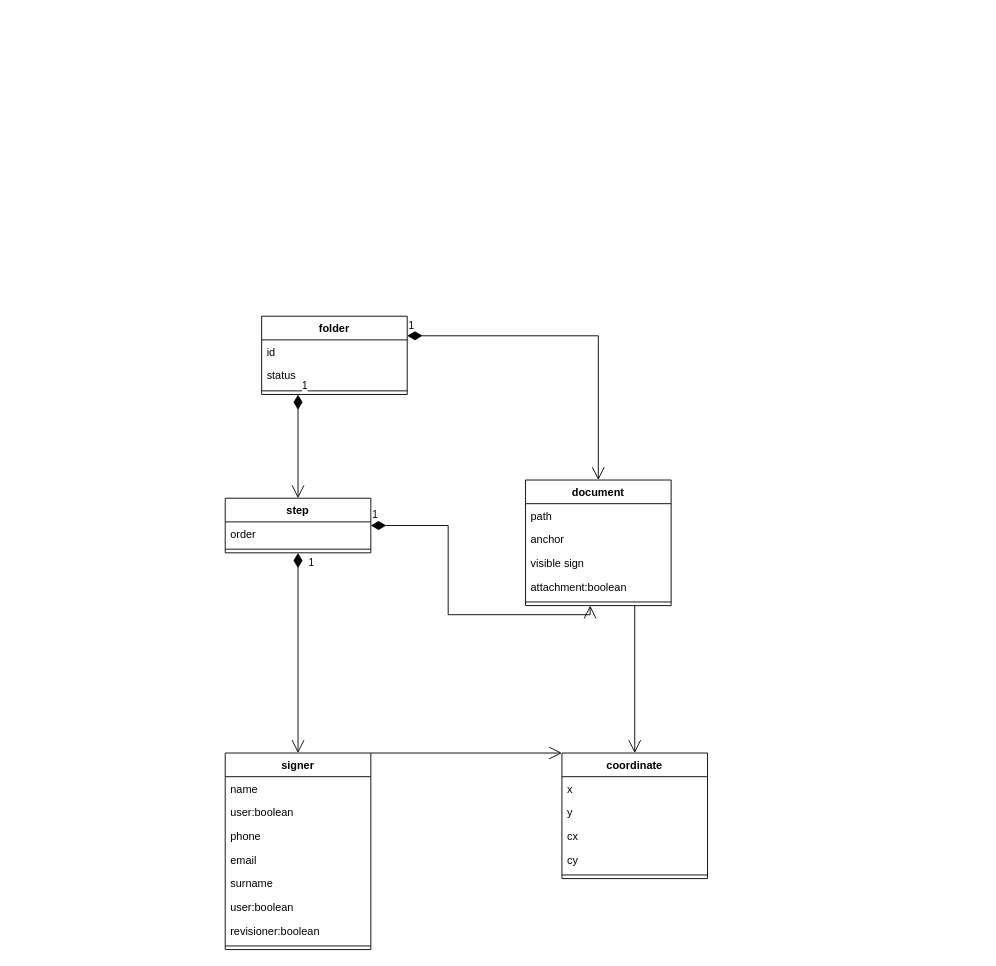
Before: page "model_implementation" (3 of 3) of Class_diagram.drawio in carnivuth/digitalsignIntegrationdoc, a draw.io diagram. Source tidied: cells renumbered, new cells numbered last; positions are measured from the earlier drawing's top-left corner, leaving out a move shared by most shapes. Both pictures are drawn from the tidied source at 91%, with x=0, y=0 at pixel (225, 316).
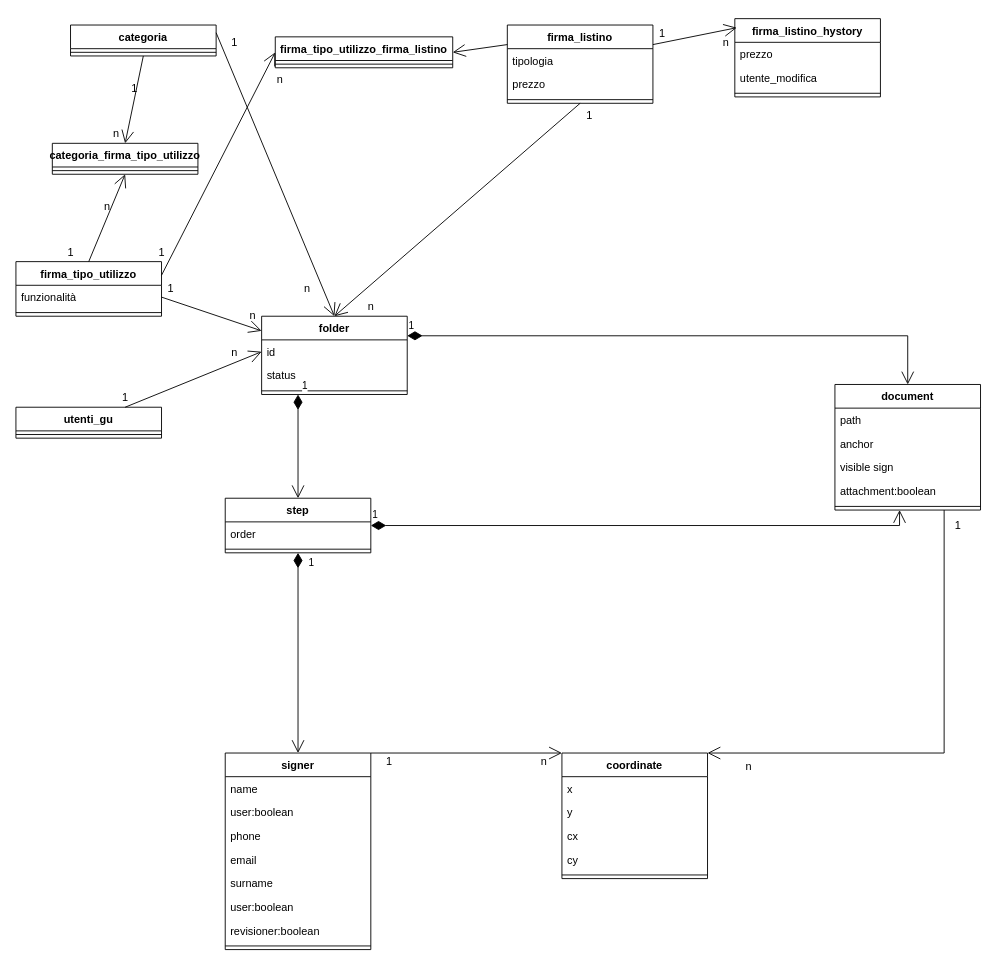
The same diagram, later.

Commit message:
added purchase classes

The change refers to these unchanged cells:
```xml
<mxCell id="2" value="folder" style="swimlane;fontStyle=1;align=center;verticalAlign=top;horizontal=1;startSize=26;" parent="1" vertex="1">
  <mxGeometry x="40" width="160" height="86" as="geometry" />
</mxCell>
<mxCell id="3" value="id" style="text;strokeColor=none;fillColor=none;align=left;verticalAlign=top;spacingLeft=4;spacingRight=4;overflow=hidden;points=[[0,0.5],[1,0.5]];portConstraint=eastwest;" parent="2" vertex="1">
  <mxGeometry y="26" width="160" height="26" as="geometry" />
</mxCell>
<mxCell id="11" style="line;strokeWidth=1;fillColor=none;align=left;verticalAlign=middle;spacingTop=-1;spacingLeft=3;spacingRight=3;labelPosition=right;points=[];portConstraint=eastwest;strokeColor=inherit;" parent="6" vertex="1">
  <mxGeometry y="130" width="160" height="8" as="geometry" />
</mxCell>
<mxCell id="21" value="step" style="swimlane;fontStyle=1;align=center;verticalAlign=top;horizontal=1;startSize=26;" parent="1" vertex="1">
  <mxGeometry y="200" width="160" height="60" as="geometry" />
</mxCell>
<mxCell id="24" value="coordinate" style="swimlane;fontStyle=1;align=center;verticalAlign=top;horizontal=1;startSize=26;" parent="1" vertex="1">
  <mxGeometry x="370" y="480" width="160" height="138" as="geometry" />
</mxCell>
```

Diff of the diagram source:
```diff
@@
     <mxCell id="6" value="document" style="swimlane;fontStyle=1;align=center;verticalAlign=top;horizontal=1;startSize=26;" parent="1" vertex="1">
-      <mxGeometry x="330" y="180" width="160" height="138" as="geometry" />
+      <mxGeometry x="670" y="75" width="160" height="138" as="geometry" />
     </mxCell>
@@
     <mxCell id="32" value="1" style="endArrow=open;html=1;endSize=12;startArrow=diamondThin;startSize=14;startFill=1;edgeStyle=orthogonalEdgeStyle;align=left;verticalAlign=bottom;rounded=0;exitX=1;exitY=0.5;exitDx=0;exitDy=0;entryX=0.444;entryY=1;entryDx=0;entryDy=0;entryPerimeter=0;" parent="1" edge="1" source="21" target="11">
-      <mxGeometry x="-1" y="3" relative="1" as="geometry" />
+      <mxGeometry x="-1" y="3" relative="1" as="geometry">
+        <Array as="points">
+          <mxPoint x="741" y="230" />
+        </Array>
+      </mxGeometry>
     </mxCell>
@@
-    <mxCell id="35" style="endArrow=open;endFill=1;endSize=12;html=1;rounded=0;exitX=0.75;exitY=1;exitDx=0;exitDy=0;entryX=0.5;entryY=0;entryDx=0;entryDy=0;" parent="1" edge="1" source="6" target="24">
-      <mxGeometry relative="1" as="geometry" />
+    <mxCell id="35" style="endArrow=open;endFill=1;endSize=12;html=1;rounded=0;exitX=0.75;exitY=1;exitDx=0;exitDy=0;entryX=1;entryY=0;entryDx=0;entryDy=0;" parent="1" edge="1" source="6" target="24">
+      <mxGeometry relative="1" as="geometry">
+        <Array as="points">
+          <mxPoint x="790" y="480" />
+        </Array>
+      </mxGeometry>
     </mxCell>
+    <mxCell id="36" value="firma_listino_hystory" style="swimlane;fontStyle=1;align=center;verticalAlign=top;horizontal=1;startSize=26;" parent="1" vertex="1">
+      <mxGeometry x="560" y="-327" width="160" height="86" as="geometry" />
+    </mxCell>
+    <mxCell id="37" value="prezzo" style="text;strokeColor=none;fillColor=none;align=left;verticalAlign=top;spacingLeft=4;spacingRight=4;overflow=hidden;" parent="36" vertex="1">
+      <mxGeometry y="26" width="160" height="26" as="geometry" />
+    </mxCell>
+    <mxCell id="38" value="utente_modifica" style="text;strokeColor=none;fillColor=none;align=left;verticalAlign=top;spacingLeft=4;spacingRight=4;overflow=hidden;" parent="36" vertex="1">
+      <mxGeometry y="52" width="160" height="26" as="geometry" />
+    </mxCell>
+    <mxCell id="39" style="line;strokeWidth=1;fillColor=none;align=left;verticalAlign=middle;spacingTop=-1;spacingLeft=3;spacingRight=3;labelPosition=right;strokeColor=inherit;" parent="36" vertex="1">
+      <mxGeometry y="78" width="160" height="8" as="geometry" />
+    </mxCell>
+    <mxCell id="40" value="firma_listino" style="swimlane;fontStyle=1;align=center;verticalAlign=top;horizontal=1;startSize=26;" parent="1" vertex="1">
+      <mxGeometry x="310" y="-320" width="160" height="86" as="geometry" />
+    </mxCell>
+    <mxCell id="41" value="tipologia&#10;" style="text;strokeColor=none;fillColor=none;align=left;verticalAlign=top;spacingLeft=4;spacingRight=4;overflow=hidden;" parent="40" vertex="1">
+      <mxGeometry y="26" width="160" height="26" as="geometry" />
+    </mxCell>
+    <mxCell id="42" value="prezzo" style="text;strokeColor=none;fillColor=none;align=left;verticalAlign=top;spacingLeft=4;spacingRight=4;overflow=hidden;" parent="40" vertex="1">
+      <mxGeometry y="52" width="160" height="26" as="geometry" />
+    </mxCell>
+    <mxCell id="43" style="line;strokeWidth=1;fillColor=none;align=left;verticalAlign=middle;spacingTop=-1;spacingLeft=3;spacingRight=3;labelPosition=right;strokeColor=inherit;" parent="40" vertex="1">
+      <mxGeometry y="78" width="160" height="8" as="geometry" />
+    </mxCell>
+    <mxCell id="44" value="firma_tipo_utilizzo" style="swimlane;fontStyle=1;align=center;verticalAlign=top;horizontal=1;startSize=26;" parent="1" vertex="1">
+      <mxGeometry x="-230" y="-60" width="160" height="60" as="geometry" />
+    </mxCell>
+    <mxCell id="45" value="funzionalità" style="text;strokeColor=none;fillColor=none;align=left;verticalAlign=top;spacingLeft=4;spacingRight=4;overflow=hidden;points=[[0,0.5],[1,0.5]];portConstraint=eastwest;" parent="44" vertex="1">
+      <mxGeometry y="26" width="160" height="26" as="geometry" />
+    </mxCell>
+    <mxCell id="46" style="line;strokeWidth=1;fillColor=none;align=left;verticalAlign=middle;spacingTop=-1;spacingLeft=3;spacingRight=3;labelPosition=right;strokeColor=inherit;" parent="44" vertex="1">
+      <mxGeometry y="52" width="160" height="8" as="geometry" />
+    </mxCell>
+    <mxCell id="47" value="firma_tipo_utilizzo_firma_listino" style="swimlane;fontStyle=1;align=center;verticalAlign=top;horizontal=1;startSize=26;" parent="1" vertex="1">
+      <mxGeometry x="55" y="-307" width="195" height="34" as="geometry" />
+    </mxCell>
+    <mxCell id="48" style="line;strokeWidth=1;fillColor=none;align=left;verticalAlign=middle;spacingTop=-1;spacingLeft=3;spacingRight=3;labelPosition=right;strokeColor=inherit;" parent="47" vertex="1">
+      <mxGeometry y="26" width="195" height="8" as="geometry" />
+    </mxCell>
+    <mxCell id="49" value="categoria" style="swimlane;fontStyle=1;align=center;verticalAlign=top;horizontal=1;startSize=26;" parent="1" vertex="1">
+      <mxGeometry x="-170" y="-320" width="160" height="34" as="geometry" />
+    </mxCell>
+    <mxCell id="50" style="line;strokeWidth=1;fillColor=none;align=left;verticalAlign=middle;spacingTop=-1;spacingLeft=3;spacingRight=3;labelPosition=right;strokeColor=inherit;" parent="49" vertex="1">
+      <mxGeometry y="26" width="160" height="8" as="geometry" />
+    </mxCell>
+    <mxCell id="51" value="categoria_firma_tipo_utilizzo" style="swimlane;fontStyle=1;align=center;verticalAlign=top;horizontal=1;startSize=26;" parent="1" vertex="1">
+      <mxGeometry x="-190" y="-190" width="160" height="34" as="geometry" />
+    </mxCell>
+    <mxCell id="52" style="line;strokeWidth=1;fillColor=none;align=left;verticalAlign=middle;spacingTop=-1;spacingLeft=3;spacingRight=3;labelPosition=right;points=[];portConstraint=eastwest;strokeColor=inherit;" parent="51" vertex="1">
+      <mxGeometry y="26" width="160" height="8" as="geometry" />
+    </mxCell>
+    <mxCell id="53" style="endArrow=open;endFill=1;endSize=12;html=1;rounded=0;exitX=0.5;exitY=1;exitDx=0;exitDy=0;entryX=0.5;entryY=0;entryDx=0;entryDy=0;" parent="1" edge="1" source="49" target="51">
+      <mxGeometry relative="1" as="geometry" />
+    </mxCell>
+    <mxCell id="54" style="endArrow=open;endFill=1;endSize=12;html=1;rounded=0;exitX=0.5;exitY=0;exitDx=0;exitDy=0;entryX=0.5;entryY=1;entryDx=0;entryDy=0;entryPerimeter=0;" parent="1" edge="1" source="44" target="52">
+      <mxGeometry relative="1" as="geometry" />
+    </mxCell>
+    <mxCell id="55" style="endArrow=open;endFill=1;endSize=12;html=1;rounded=0;entryX=0;entryY=0.5;entryDx=0;entryDy=0;exitX=1;exitY=0.25;exitDx=0;exitDy=0;" parent="1" edge="1" source="44" target="47">
+      <mxGeometry relative="1" as="geometry" />
+    </mxCell>
+    <mxCell id="56" style="endArrow=open;endFill=1;endSize=12;html=1;rounded=0;entryX=1;entryY=0.5;entryDx=0;entryDy=0;exitX=0;exitY=0.25;exitDx=0;exitDy=0;" parent="1" edge="1" source="40" target="47">
+      <mxGeometry relative="1" as="geometry" />
+    </mxCell>
+    <mxCell id="57" style="endArrow=open;endFill=1;endSize=12;html=1;rounded=0;exitX=1;exitY=0.5;exitDx=0;exitDy=0;" parent="1" edge="1" source="45" target="2">
+      <mxGeometry relative="1" as="geometry" />
+    </mxCell>
+    <mxCell id="58" style="endArrow=open;endFill=1;endSize=12;html=1;rounded=0;exitX=1;exitY=0.25;exitDx=0;exitDy=0;entryX=0.5;entryY=0;entryDx=0;entryDy=0;" parent="1" edge="1" source="49" target="2">
+      <mxGeometry relative="1" as="geometry" />
+    </mxCell>
+    <mxCell id="59" style="endArrow=open;endFill=1;endSize=12;html=1;rounded=0;exitX=0.5;exitY=1;exitDx=0;exitDy=0;entryX=0.5;entryY=0;entryDx=0;entryDy=0;" parent="1" edge="1" source="40" target="2">
+      <mxGeometry relative="1" as="geometry" />
+    </mxCell>
+    <mxCell id="60" value="1" style="text;html=1;align=center;verticalAlign=middle;strokeColor=none;fillColor=none;" parent="1" vertex="1">
+      <mxGeometry x="-115" y="-265" width="30" height="30" as="geometry" />
+    </mxCell>
+    <mxCell id="61" value="n" style="text;html=1;align=center;verticalAlign=middle;strokeColor=none;fillColor=none;" parent="1" vertex="1">
+      <mxGeometry x="-135" y="-215" width="30" height="30" as="geometry" />
+    </mxCell>
+    <mxCell id="62" value="1" style="text;html=1;align=center;verticalAlign=middle;strokeColor=none;fillColor=none;" parent="1" vertex="1">
+      <mxGeometry x="-185" y="-85" width="30" height="30" as="geometry" />
+    </mxCell>
+    <mxCell id="63" value="n" style="text;html=1;align=center;verticalAlign=middle;strokeColor=none;fillColor=none;" parent="1" vertex="1">
+      <mxGeometry x="-145" y="-135" width="30" height="30" as="geometry" />
+    </mxCell>
+    <mxCell id="64" value="1" style="text;html=1;align=center;verticalAlign=middle;strokeColor=none;fillColor=none;" parent="1" vertex="1">
+      <mxGeometry x="-75" y="-45" width="30" height="30" as="geometry" />
+    </mxCell>
+    <mxCell id="65" value="n" style="text;html=1;align=center;verticalAlign=middle;strokeColor=none;fillColor=none;" parent="1" vertex="1">
+      <mxGeometry x="15" y="-15" width="30" height="30" as="geometry" />
+    </mxCell>
+    <mxCell id="66" value="1" style="text;html=1;align=center;verticalAlign=middle;strokeColor=none;fillColor=none;" parent="1" vertex="1">
+      <mxGeometry x="-85" y="-85" width="30" height="30" as="geometry" />
+    </mxCell>
+    <mxCell id="67" value="n" style="text;html=1;align=center;verticalAlign=middle;strokeColor=none;fillColor=none;" parent="1" vertex="1">
+      <mxGeometry x="45" y="-275" width="30" height="30" as="geometry" />
+    </mxCell>
+    <mxCell id="68" value="1" style="text;html=1;align=center;verticalAlign=middle;strokeColor=none;fillColor=none;" parent="1" vertex="1">
+      <mxGeometry x="-5" y="-315" width="30" height="30" as="geometry" />
+    </mxCell>
+    <mxCell id="69" value="n" style="text;html=1;align=center;verticalAlign=middle;strokeColor=none;fillColor=none;" parent="1" vertex="1">
+      <mxGeometry x="75" y="-45" width="30" height="30" as="geometry" />
+    </mxCell>
+    <mxCell id="70" value="1" style="text;html=1;align=center;verticalAlign=middle;strokeColor=none;fillColor=none;" parent="1" vertex="1">
+      <mxGeometry x="385" y="-235" width="30" height="30" as="geometry" />
+    </mxCell>
+    <mxCell id="71" value="n" style="text;html=1;align=center;verticalAlign=middle;strokeColor=none;fillColor=none;" parent="1" vertex="1">
+      <mxGeometry x="145" y="-25" width="30" height="30" as="geometry" />
+    </mxCell>
+    <mxCell id="72" value="utenti_gu" style="swimlane;fontStyle=1;align=center;verticalAlign=top;horizontal=1;startSize=26;" parent="1" vertex="1">
+      <mxGeometry x="-230" y="100" width="160" height="34" as="geometry" />
+    </mxCell>
+    <mxCell id="73" style="line;strokeWidth=1;fillColor=none;align=left;verticalAlign=middle;spacingTop=-1;spacingLeft=3;spacingRight=3;labelPosition=right;strokeColor=inherit;" parent="72" vertex="1">
+      <mxGeometry y="26" width="160" height="8" as="geometry" />
+    </mxCell>
+    <mxCell id="74" style="endArrow=open;endFill=1;endSize=12;html=1;rounded=0;exitX=0.75;exitY=0;exitDx=0;exitDy=0;entryX=0;entryY=0.5;entryDx=0;entryDy=0;" parent="1" edge="1" source="72" target="3">
+      <mxGeometry relative="1" as="geometry" />
+    </mxCell>
+    <mxCell id="75" value="1" style="text;html=1;align=center;verticalAlign=middle;strokeColor=none;fillColor=none;" parent="1" vertex="1">
+      <mxGeometry x="-125" y="75" width="30" height="30" as="geometry" />
+    </mxCell>
+    <mxCell id="76" value="n" style="text;html=1;align=center;verticalAlign=middle;strokeColor=none;fillColor=none;" parent="1" vertex="1">
+      <mxGeometry x="-5" y="25" width="30" height="30" as="geometry" />
+    </mxCell>
+    <mxCell id="77" style="endArrow=open;endFill=1;endSize=12;html=1;rounded=0;exitX=1;exitY=0.25;exitDx=0;exitDy=0;entryX=0.013;entryY=0.116;entryDx=0;entryDy=0;entryPerimeter=0;" parent="1" edge="1" source="40" target="36">
+      <mxGeometry relative="1" as="geometry" />
+    </mxCell>
+    <mxCell id="78" value="1" style="text;html=1;align=center;verticalAlign=middle;strokeColor=none;fillColor=none;" parent="1" vertex="1">
+      <mxGeometry x="465" y="-325" width="30" height="30" as="geometry" />
+    </mxCell>
+    <mxCell id="79" value="n" style="text;html=1;align=center;verticalAlign=middle;strokeColor=none;fillColor=none;" parent="1" vertex="1">
+      <mxGeometry x="535" y="-315" width="30" height="30" as="geometry" />
+    </mxCell>
+    <mxCell id="80" value="1" style="text;html=1;align=center;verticalAlign=middle;strokeColor=none;fillColor=none;" parent="1" vertex="1">
+      <mxGeometry x="165" y="475" width="30" height="30" as="geometry" />
+    </mxCell>
+    <mxCell id="81" value="n" style="text;html=1;align=center;verticalAlign=middle;strokeColor=none;fillColor=none;" parent="1" vertex="1">
+      <mxGeometry x="335" y="475" width="30" height="30" as="geometry" />
+    </mxCell>
+    <mxCell id="82" value="1" style="text;html=1;align=center;verticalAlign=middle;strokeColor=none;fillColor=none;" parent="1" vertex="1">
+      <mxGeometry x="790" y="215" width="30" height="30" as="geometry" />
+    </mxCell>
+    <mxCell id="83" value="n" style="text;html=1;align=center;verticalAlign=middle;strokeColor=none;fillColor=none;" parent="1" vertex="1">
+      <mxGeometry x="560" y="480" width="30" height="30" as="geometry" />
+    </mxCell>
```
